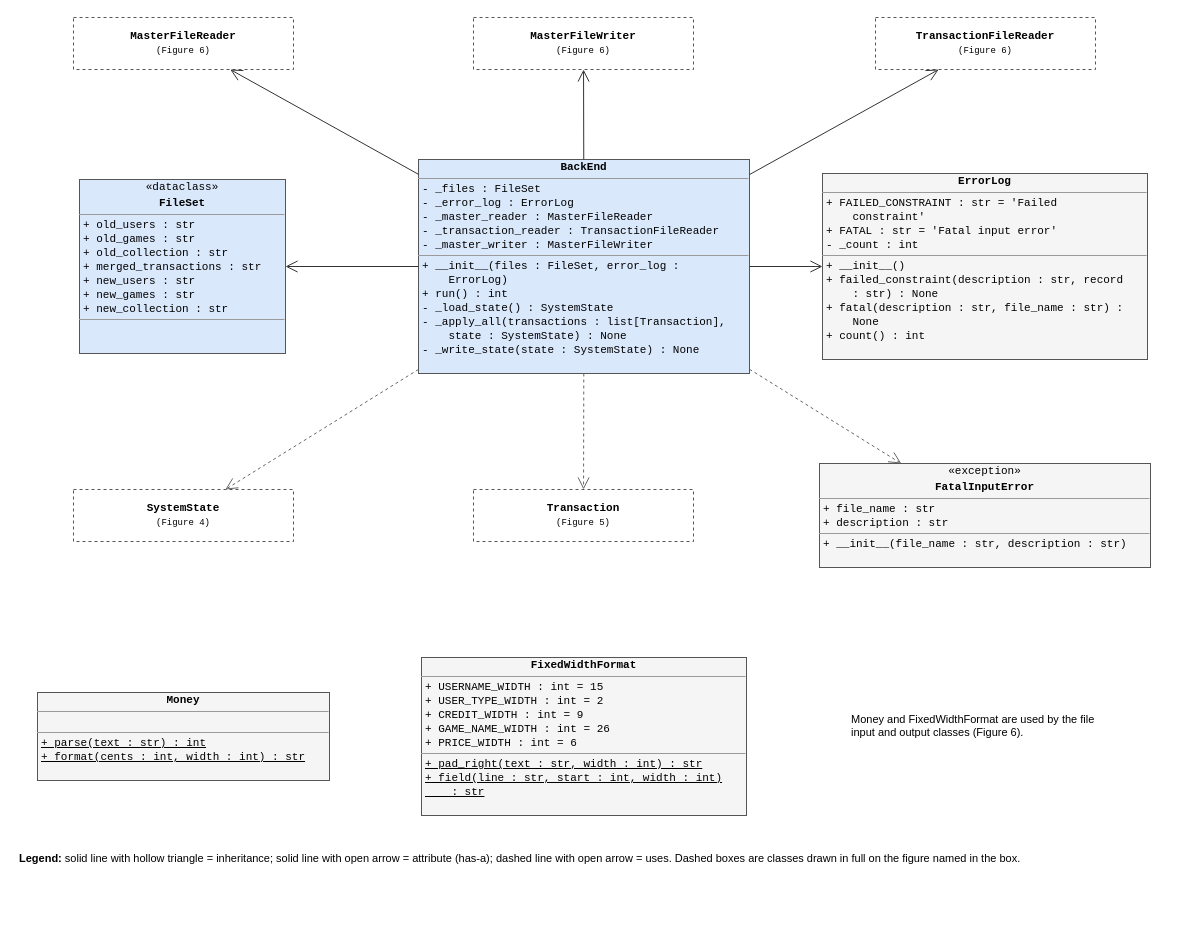
Earlier version of the draw.io diagram page "Figure 3 - Control and utilities" (3 of 7) of phase4/design/backend.drawio (DavidZajac123/Software-Quality-Assurance-Group-15). Source tidied: cells renumbered, new cells numbered last; positions are measured from the earlier drawing's top-left corner, leaving out a move shared by most shapes. Both pictures are drawn from the tidied source at 100%, with x=0, y=0 at pixel (17, 17).
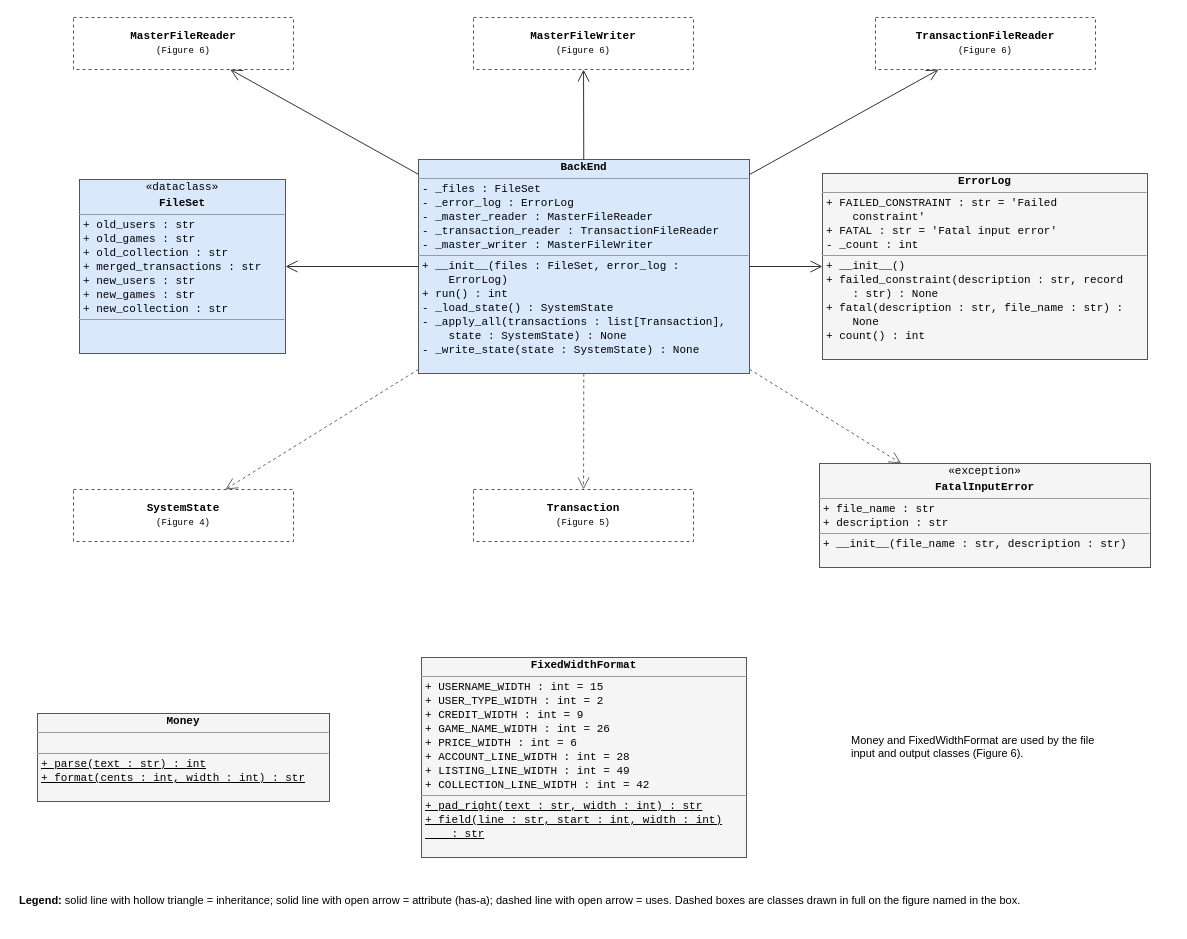
The same page after the edit.

Change to the diagram source:
```diff
@@
     <mxCell id="11" value="&lt;p style=&quot;margin:0;text-align:center;line-height:16px;&quot;&gt;&lt;b&gt;Money&lt;/b&gt;&lt;/p&gt;&lt;hr size=&quot;1&quot; style=&quot;margin:3px 0;&quot;&gt;&lt;p style=&quot;margin:0 0 0 4px;line-height:14px;&quot;&gt;&amp;nbsp;&lt;/p&gt;&lt;hr size=&quot;1&quot; style=&quot;margin:3px 0;&quot;&gt;&lt;p style=&quot;margin:0 0 0 4px;line-height:14px;&quot;&gt;&lt;u&gt;+ parse(text : str) : int&lt;/u&gt;&lt;br&gt;&lt;u&gt;+ format(cents : int, width : int) : str&lt;/u&gt;&lt;/p&gt;" style="html=1;whiteSpace=wrap;fontFamily=Courier New;fontSize=11;strokeColor=#555555;fillColor=#f5f5f5;align=left;verticalAlign=top;overflow=fill;" parent="1" vertex="1">
-      <mxGeometry x="20" y="675" width="292" height="88" as="geometry" />
+      <mxGeometry x="20" y="696" width="292" height="88" as="geometry" />
     </mxCell>
-    <mxCell id="12" value="&lt;p style=&quot;margin:0;text-align:center;line-height:16px;&quot;&gt;&lt;b&gt;FixedWidthFormat&lt;/b&gt;&lt;/p&gt;&lt;hr size=&quot;1&quot; style=&quot;margin:3px 0;&quot;&gt;&lt;p style=&quot;margin:0 0 0 4px;line-height:14px;&quot;&gt;+ USERNAME_WIDTH : int = 15&lt;br&gt;+ USER_TYPE_WIDTH : int = 2&lt;br&gt;+ CREDIT_WIDTH : int = 9&lt;br&gt;+ GAME_NAME_WIDTH : int = 26&lt;br&gt;+ PRICE_WIDTH : int = 6&lt;/p&gt;&lt;hr size=&quot;1&quot; style=&quot;margin:3px 0;&quot;&gt;&lt;p style=&quot;margin:0 0 0 4px;line-height:14px;&quot;&gt;&lt;u&gt;+ pad_right(text : str, width : int) : str&lt;/u&gt;&lt;br&gt;&lt;u&gt;+ field(line : str, start : int, width : int)&lt;/u&gt;&lt;br&gt;&lt;u&gt;&amp;nbsp;&amp;nbsp;&amp;nbsp;&amp;nbsp;: str&lt;/u&gt;&lt;/p&gt;" style="html=1;whiteSpace=wrap;fontFamily=Courier New;fontSize=11;strokeColor=#555555;fillColor=#f5f5f5;align=left;verticalAlign=top;overflow=fill;" parent="1" vertex="1">
-      <mxGeometry x="404" y="640" width="325" height="158" as="geometry" />
+    <mxCell id="12" value="&lt;p style=&quot;margin:0;text-align:center;line-height:16px;&quot;&gt;&lt;b&gt;FixedWidthFormat&lt;/b&gt;&lt;/p&gt;&lt;hr size=&quot;1&quot; style=&quot;margin:3px 0;&quot;&gt;&lt;p style=&quot;margin:0 0 0 4px;line-height:14px;&quot;&gt;+ USERNAME_WIDTH : int = 15&lt;br&gt;+ USER_TYPE_WIDTH : int = 2&lt;br&gt;+ CREDIT_WIDTH : int = 9&lt;br&gt;+ GAME_NAME_WIDTH : int = 26&lt;br&gt;+ PRICE_WIDTH : int = 6&lt;br&gt;+ ACCOUNT_LINE_WIDTH : int = 28&lt;br&gt;+ LISTING_LINE_WIDTH : int = 49&lt;br&gt;+ COLLECTION_LINE_WIDTH : int = 42&lt;/p&gt;&lt;hr size=&quot;1&quot; style=&quot;margin:3px 0;&quot;&gt;&lt;p style=&quot;margin:0 0 0 4px;line-height:14px;&quot;&gt;&lt;u&gt;+ pad_right(text : str, width : int) : str&lt;/u&gt;&lt;br&gt;&lt;u&gt;+ field(line : str, start : int, width : int)&lt;/u&gt;&lt;br&gt;&lt;u&gt;&amp;nbsp;&amp;nbsp;&amp;nbsp;&amp;nbsp;: str&lt;/u&gt;&lt;/p&gt;" style="html=1;whiteSpace=wrap;fontFamily=Courier New;fontSize=11;strokeColor=#555555;fillColor=#f5f5f5;align=left;verticalAlign=top;overflow=fill;" parent="1" vertex="1">
+      <mxGeometry x="404" y="640" width="325" height="200" as="geometry" />
     </mxCell>
     <mxCell id="13" value="Money and FixedWidthFormat are used by the file input and output classes (Figure 6)." style="text;html=1;whiteSpace=wrap;fontFamily=Helvetica;fontSize=11;align=left;verticalAlign=top;strokeColor=none;fillColor=none;" parent="1" vertex="1">
-      <mxGeometry x="832" y="689" width="270" height="60" as="geometry" />
+      <mxGeometry x="832" y="710" width="270" height="60" as="geometry" />
     </mxCell>
@@
     <mxCell id="22" value="&lt;b&gt;Legend:&lt;/b&gt; solid line with hollow triangle = inheritance; solid line with open arrow = attribute (has-a); dashed line with open arrow = uses. Dashed boxes are classes drawn in full on the figure named in the box." style="text;html=1;whiteSpace=wrap;fontFamily=Helvetica;fontSize=11;align=left;verticalAlign=top;strokeColor=none;fillColor=none;" parent="1" vertex="1">
-      <mxGeometry y="828" width="1153" height="34" as="geometry" />
+      <mxGeometry y="870" width="1153" height="34" as="geometry" />
     </mxCell>
```
